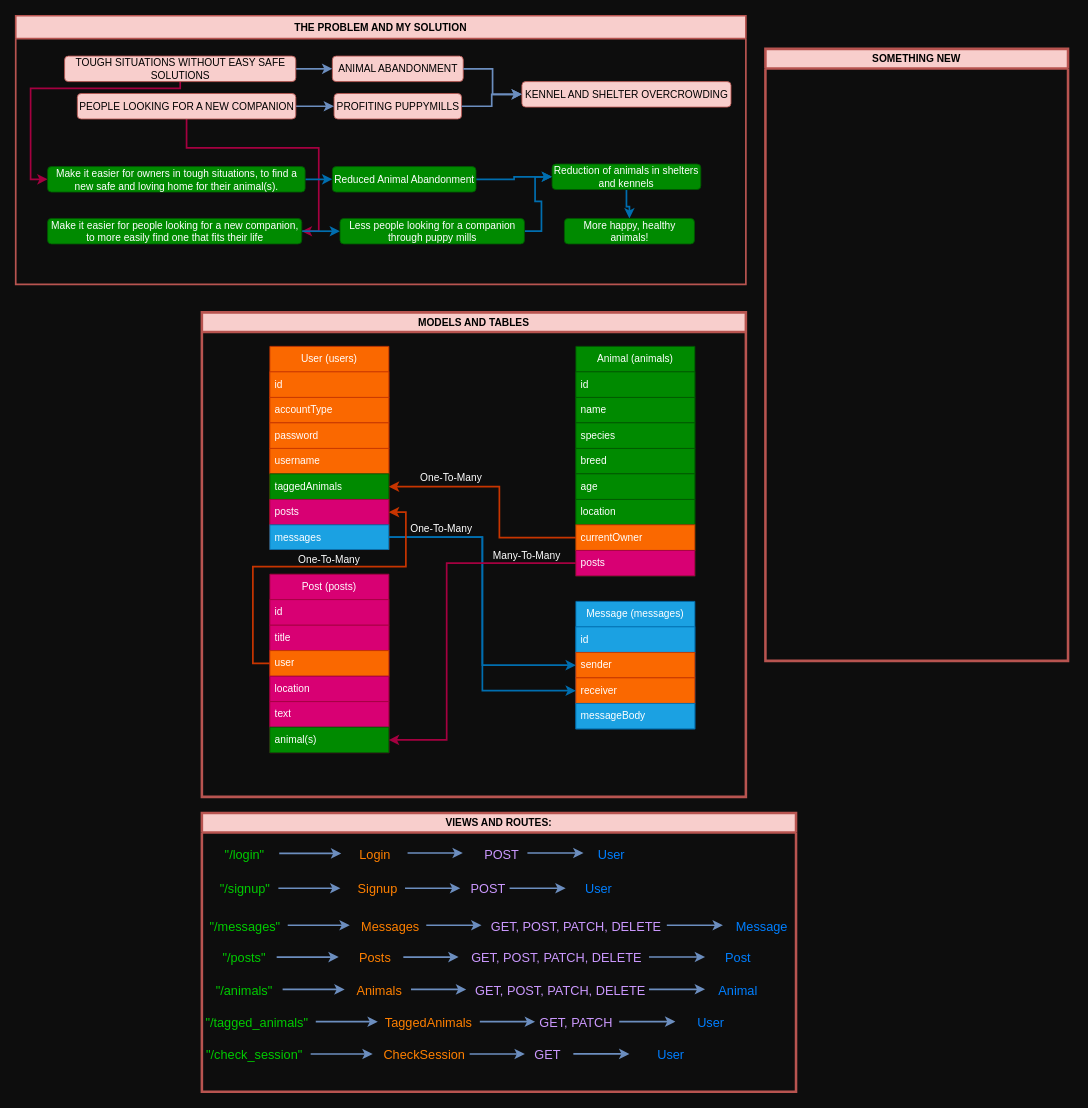
Earlier version of the draw.io diagram Untitled Diagram.drawio (kammau/Animal-Share). Source tidied: cells renumbered, new cells numbered last; positions are measured from the earlier drawing's top-left corner, leaving out a move shared by most shapes. Both pictures are drawn from the tidied source at 85%, with x=0, y=0 at pixel (15, 15).
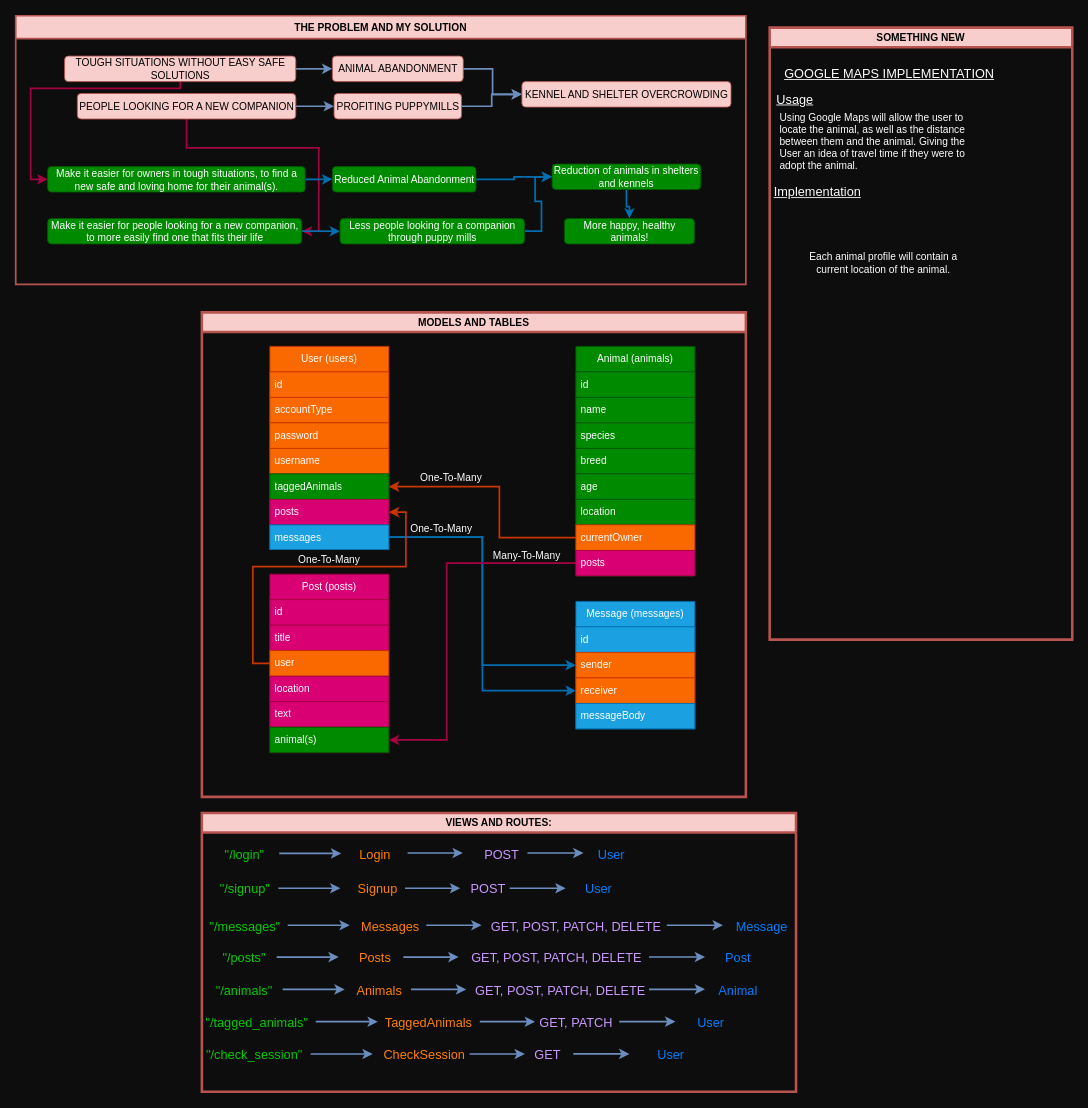
Above is the later version.

The edit, as a diff of the source:
```diff
@@
-    <mxCell id="91" value="SOMETHING NEW" style="swimlane;whiteSpace=wrap;html=1;fillColor=#f8cecc;strokeColor=#b85450;strokeWidth=3;" parent="1" vertex="1">
-      <mxGeometry x="882" y="39" width="356" height="720" as="geometry" />
+    <mxCell id="91" value="SOMETHING NEW" style="swimlane;whiteSpace=wrap;html=1;fillColor=#f8cecc;strokeColor=#b85450;strokeWidth=3;fontColor=#000000;" parent="1" vertex="1">
+      <mxGeometry x="887" y="14" width="356" height="720" as="geometry" />
     </mxCell>
+    <mxCell id="116" value="GOOGLE MAPS IMPLEMENTATION" style="text;html=1;align=center;verticalAlign=middle;whiteSpace=wrap;rounded=0;fontColor=#FFFFFF;fontSize=15;fontStyle=4;" parent="91" vertex="1">
+      <mxGeometry x="10" y="38.5" width="262" height="30" as="geometry" />
+    </mxCell>
+    <mxCell id="117" value="Usage" style="text;html=1;strokeColor=none;fillColor=none;align=center;verticalAlign=middle;whiteSpace=wrap;rounded=0;fontStyle=4;fontSize=15;fontColor=#FFFFFF;" parent="91" vertex="1">
+      <mxGeometry y="68.5" width="60" height="30" as="geometry" />
+    </mxCell>
+    <mxCell id="118" value="Using Google Maps will allow the user to locate the animal, as well as the distance between them and the animal. Giving the User an idea of travel time if they were to adopt the animal." style="text;html=1;strokeColor=none;fillColor=none;align=left;verticalAlign=middle;whiteSpace=wrap;rounded=0;fontColor=#FFFFFF;" parent="91" vertex="1">
+      <mxGeometry x="10" y="119" width="223" height="30" as="geometry" />
+    </mxCell>
+    <mxCell id="119" value="Implementation" style="text;html=1;strokeColor=none;fillColor=none;align=center;verticalAlign=middle;whiteSpace=wrap;rounded=0;fontColor=#FFFFFF;fontStyle=4;fontSize=15;" parent="91" vertex="1">
+      <mxGeometry x="10" y="178" width="93" height="30" as="geometry" />
+    </mxCell>
@@
+    <mxCell id="120" value="Each animal profile will contain a current location of the animal." style="text;html=1;strokeColor=none;fillColor=none;align=center;verticalAlign=middle;whiteSpace=wrap;rounded=0;fontColor=#FFFFFF;" parent="1" vertex="1">
+      <mxGeometry x="929" y="276" width="184" height="30" as="geometry" />
+    </mxCell>
```
